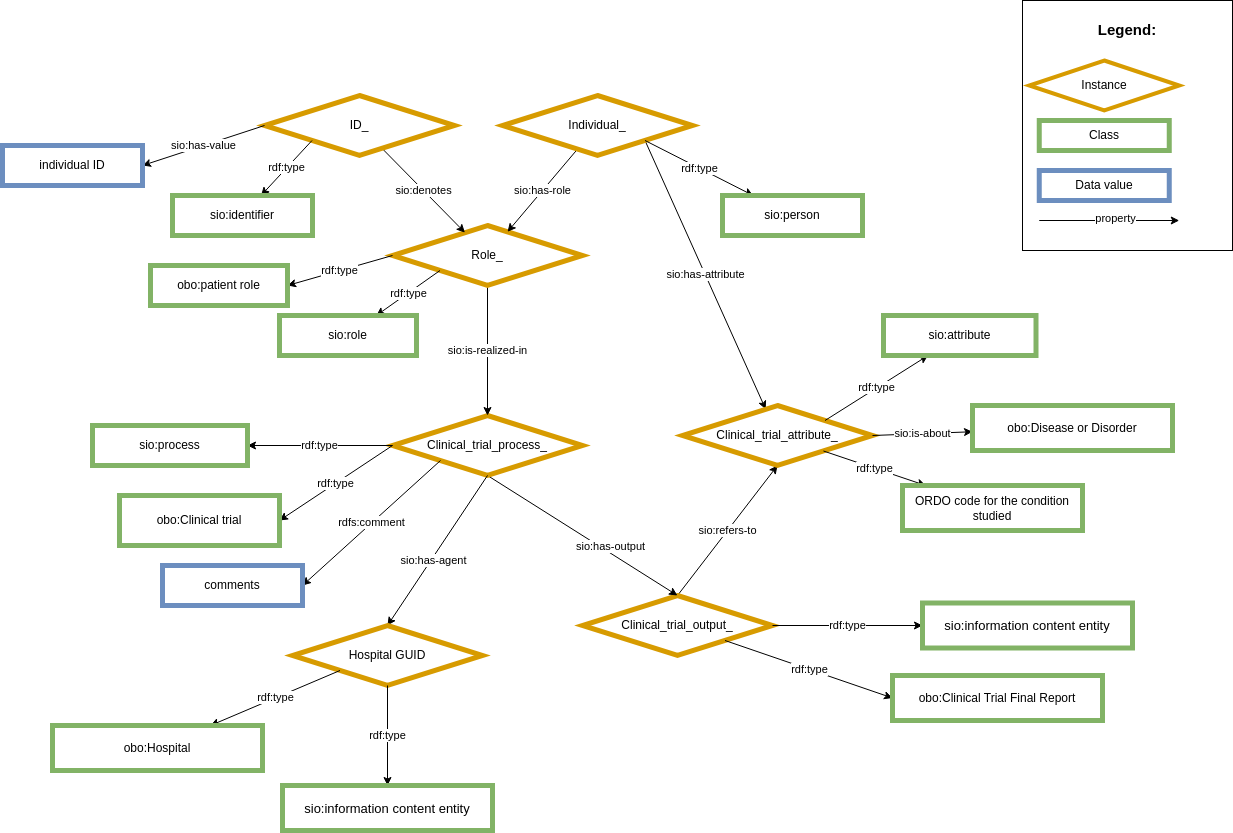
Earlier version of the draw.io export images/CARE-SM-Clinical_trials.png (CARE-SM/CARE-Semantic-Model). Source tidied: cells renumbered, new cells last; positions are measured from the earlier drawing's top-left corner, leaving out a move shared by most shapes.
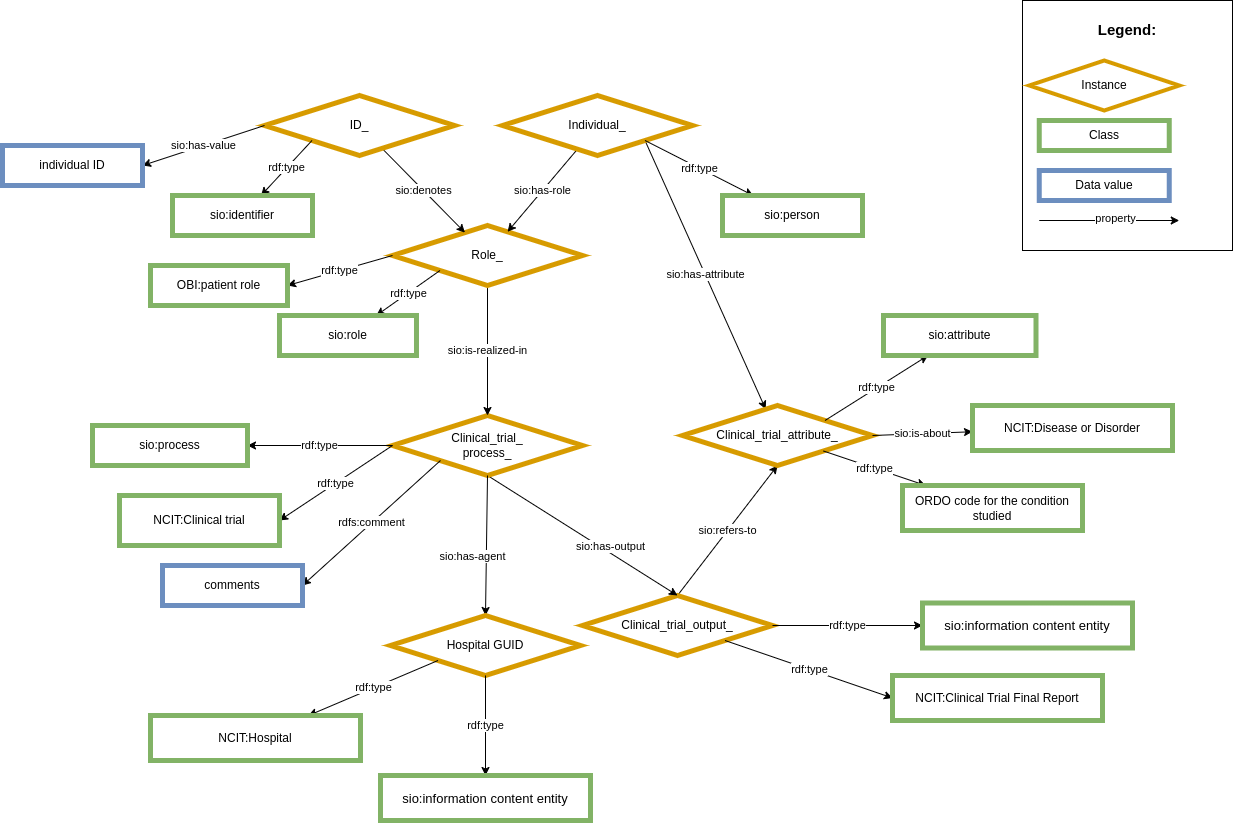
Later version of the same file.

Change to the diagram source:
```diff
@@ -16,7 +16,7 @@
         <mxPoint x="48" y="22" as="offset" />
       </mxGeometry>
     </mxCell>
-    <mxCell id="6" value="Clinical_trial_process_" style="rhombus;whiteSpace=wrap;html=1;fillColor=#FFFFFF;strokeColor=#d79b00;strokeWidth=5;" parent="1" vertex="1">
+    <mxCell id="6" value="Clinical_trial_&lt;br&gt;process_" style="rhombus;whiteSpace=wrap;html=1;fillColor=#FFFFFF;strokeColor=#d79b00;strokeWidth=5;" parent="1" vertex="1">
       <mxGeometry x="390" y="415" width="190" height="60" as="geometry" />
     </mxCell>
     <mxCell id="7" value="&lt;span style=&quot;color: rgb(0, 0, 0); font-family: Helvetica; font-size: 11px; font-style: normal; font-variant-ligatures: normal; font-variant-caps: normal; font-weight: 400; letter-spacing: normal; orphans: 2; text-align: center; text-indent: 0px; text-transform: none; widows: 2; word-spacing: 0px; -webkit-text-stroke-width: 0px; background-color: rgb(255, 255, 255); text-decoration-thickness: initial; text-decoration-style: initial; text-decoration-color: initial; float: none; display: inline !important;&quot;&gt;sio:is-realized-in&lt;/span&gt;" style="rounded=0;jettySize=auto;html=1;exitX=0.5;exitY=1;exitDx=0;exitDy=0;entryX=0.5;entryY=0;entryDx=0;entryDy=0;" parent="1" edge="1" source="13" target="6">
@@ -88,13 +88,13 @@
       </mxGeometry>
     </mxCell>
     <mxCell id="29" value="Hospital GUID" style="rhombus;whiteSpace=wrap;html=1;fillColor=#FFFFFF;strokeColor=#d79b00;strokeWidth=5;" parent="1" vertex="1">
-      <mxGeometry x="290" y="625" width="190" height="60" as="geometry" />
+      <mxGeometry x="388" y="615" width="190" height="60" as="geometry" />
     </mxCell>
     <mxCell id="30" value="rdf:type" style="edgeStyle=none;rounded=0;jettySize=auto;html=1;exitX=0.5;exitY=1;exitDx=0;exitDy=0;" parent="1" edge="1" source="29" target="31">
       <mxGeometry relative="1" as="geometry" />
     </mxCell>
     <mxCell id="31" value="&lt;font size=&quot;2&quot;&gt;sio:information content entity&lt;/font&gt;" style="whiteSpace=wrap;html=1;fillColor=#FFFFFF;strokeColor=#82b366;strokeWidth=5;" parent="1" vertex="1">
-      <mxGeometry x="280" y="785" width="210" height="45" as="geometry" />
+      <mxGeometry x="378" y="775" width="210" height="45" as="geometry" />
     </mxCell>
     <mxCell id="32" value="sio:has-value" style="rounded=0;jettySize=auto;html=1;exitX=0;exitY=0.5;exitDx=0;exitDy=0;entryX=1;entryY=0.5;entryDx=0;entryDy=0;" parent="1" edge="1" source="15" target="33">
       <mxGeometry relative="1" as="geometry" />
@@ -105,31 +105,31 @@
     <mxCell id="34" value="rdf:type" style="edgeStyle=none;rounded=0;jettySize=auto;html=1;exitX=0;exitY=0.5;exitDx=0;exitDy=0;entryX=1;entryY=0.5;entryDx=0;entryDy=0;" parent="1" edge="1" source="13" target="35">
       <mxGeometry relative="1" as="geometry" />
     </mxCell>
-    <mxCell id="35" value="obo:patient role" style="whiteSpace=wrap;html=1;fillColor=#FFFFFF;strokeColor=#82b366;strokeWidth=5;" parent="1" vertex="1">
+    <mxCell id="35" value="OBI:patient role" style="whiteSpace=wrap;html=1;fillColor=#FFFFFF;strokeColor=#82b366;strokeWidth=5;" parent="1" vertex="1">
       <mxGeometry x="148" y="265" width="137" height="40" as="geometry" />
     </mxCell>
     <mxCell id="36" value="rdf:type" style="edgeStyle=none;rounded=0;jettySize=auto;html=1;exitX=0;exitY=0.5;exitDx=0;exitDy=0;entryX=1;entryY=0.5;entryDx=0;entryDy=0;" parent="1" edge="1" source="6" target="37">
       <mxGeometry relative="1" as="geometry" />
     </mxCell>
-    <mxCell id="37" value="obo:Clinical trial" style="whiteSpace=wrap;html=1;fillColor=#FFFFFF;strokeColor=#82b366;strokeWidth=5;" parent="1" vertex="1">
+    <mxCell id="37" value="NCIT:Clinical trial" style="whiteSpace=wrap;html=1;fillColor=#FFFFFF;strokeColor=#82b366;strokeWidth=5;" parent="1" vertex="1">
       <mxGeometry x="117" y="495" width="160" height="50" as="geometry" />
     </mxCell>
     <mxCell id="38" value="rdf:type" style="edgeStyle=none;rounded=0;jettySize=auto;html=1;entryX=0;entryY=0.5;entryDx=0;entryDy=0;exitX=1;exitY=1;exitDx=0;exitDy=0;" parent="1" edge="1" source="3" target="39">
       <mxGeometry relative="1" as="geometry" />
     </mxCell>
-    <mxCell id="39" value="obo:Clinical Trial Final Report" style="whiteSpace=wrap;html=1;fillColor=#FFFFFF;strokeColor=#82b366;strokeWidth=5;" parent="1" vertex="1">
+    <mxCell id="39" value="NCIT:Clinical Trial Final Report" style="whiteSpace=wrap;html=1;fillColor=#FFFFFF;strokeColor=#82b366;strokeWidth=5;" parent="1" vertex="1">
       <mxGeometry x="890" y="675" width="210" height="45" as="geometry" />
     </mxCell>
     <mxCell id="40" value="rdf:type" style="edgeStyle=none;rounded=0;jettySize=auto;html=1;exitX=0;exitY=1;exitDx=0;exitDy=0;" parent="1" edge="1" source="29" target="41">
       <mxGeometry relative="1" as="geometry" />
     </mxCell>
-    <mxCell id="41" value="obo:Hospital" style="whiteSpace=wrap;html=1;fillColor=#FFFFFF;strokeColor=#82b366;strokeWidth=5;" parent="1" vertex="1">
-      <mxGeometry x="50" y="725" width="210" height="45" as="geometry" />
+    <mxCell id="41" value="NCIT:Hospital" style="whiteSpace=wrap;html=1;fillColor=#FFFFFF;strokeColor=#82b366;strokeWidth=5;" parent="1" vertex="1">
+      <mxGeometry x="148" y="715" width="210" height="45" as="geometry" />
     </mxCell>
     <mxCell id="42" value="sio:is-about" style="edgeStyle=none;rounded=0;jettySize=auto;html=1;exitX=1;exitY=0.5;exitDx=0;exitDy=0;" parent="1" edge="1" source="18" target="43">
       <mxGeometry relative="1" as="geometry" />
     </mxCell>
-    <mxCell id="43" value="&lt;span style=&quot;background-color: initial;&quot;&gt;obo:Disease or Disorder&lt;/span&gt;&lt;span style=&quot;background-color: initial;&quot;&gt;&lt;br&gt;&lt;/span&gt;" style="whiteSpace=wrap;html=1;fillColor=#FFFFFF;strokeColor=#82b366;strokeWidth=5;" parent="1" vertex="1">
+    <mxCell id="43" value="&lt;span style=&quot;background-color: initial;&quot;&gt;NCIT:Disease or Disorder&lt;/span&gt;&lt;span style=&quot;background-color: initial;&quot;&gt;&lt;br&gt;&lt;/span&gt;" style="whiteSpace=wrap;html=1;fillColor=#FFFFFF;strokeColor=#82b366;strokeWidth=5;" parent="1" vertex="1">
       <mxGeometry x="970" y="405" width="200" height="45" as="geometry" />
     </mxCell>
     <mxCell id="44" value="rdfs:comment" style="rounded=0;jettySize=auto;html=1;exitX=0;exitY=1;exitDx=0;exitDy=0;entryX=1;entryY=0.5;entryDx=0;entryDy=0;" parent="1" edge="1" target="45">
```
